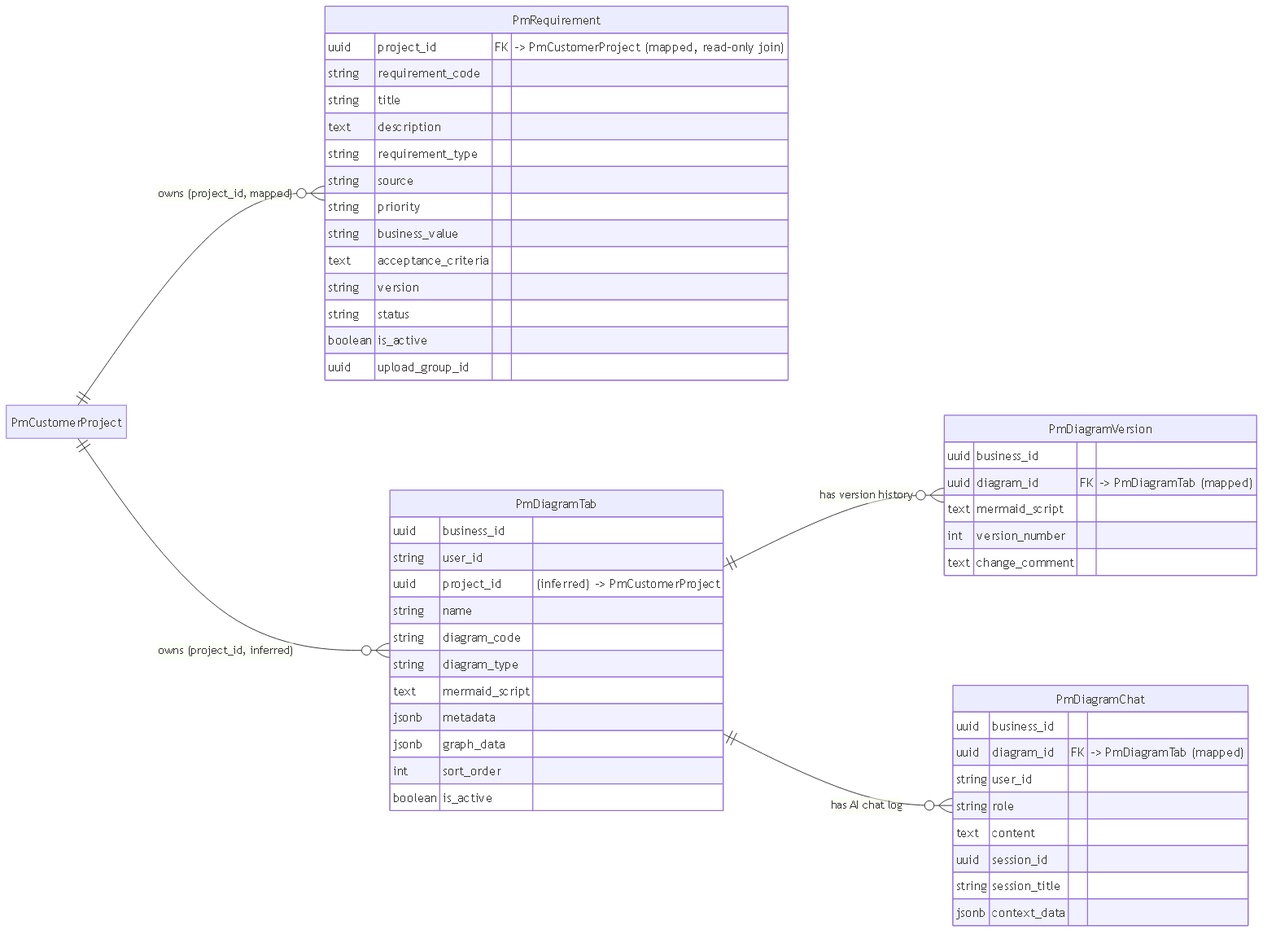
Before: docs/erd/erd-04a1-requirement-diagram.png, a diagram exported from Mermaid (softinter-chiangrai/sic-project). Its source is kept beside it as docs/erd/erd-04a1-requirement-diagram.mmd.
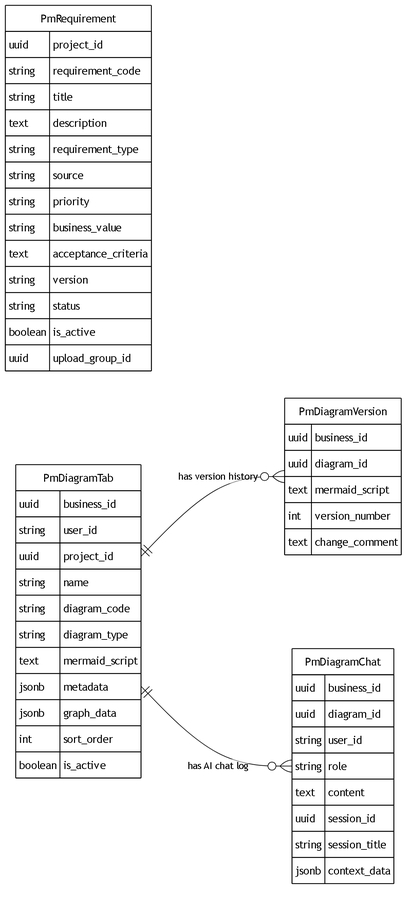
After the change.

What changed in the source:
```diff
@@ -2,10 +2,9 @@
 erDiagram
     direction LR
 
-%%{init: {"er": {"diagramPadding": 6, "entityPadding": 8, "minEntityWidth": 70, "minEntityHeight": 30, "fontSize": 16}}}%%
-
+%%{init: {"theme": "base", "themeVariables": {"primaryColor": "#ffffff", "primaryBorderColor": "#000000", "primaryTextColor": "#000000", "lineColor": "#000000", "secondaryColor": "#ffffff", "tertiaryColor": "#ffffff"}, "er": {"diagramPadding": 8, "entityPadding": 12, "minEntityWidth": 90, "minEntityHeight": 40, "fontSize": 22}}}%%
     PmRequirement {
-        uuid project_id FK "-> PmCustomerProject (mapped, read-only join)"
+        uuid project_id
         string requirement_code
         string title
         text description
@@ -23,7 +22,7 @@
     PmDiagramTab {
         uuid business_id
         string user_id
-        uuid project_id "(inferred) -> PmCustomerProject"
+        uuid project_id
         string name
         string diagram_code
         string diagram_type
@@ -36,7 +35,7 @@
 
     PmDiagramVersion {
         uuid business_id
-        uuid diagram_id FK "-> PmDiagramTab (mapped)"
+        uuid diagram_id
         text mermaid_script
         int version_number
         text change_comment
@@ -44,7 +43,7 @@
 
     PmDiagramChat {
         uuid business_id
-        uuid diagram_id FK "-> PmDiagramTab (mapped)"
+        uuid diagram_id
         string user_id
         string role
         text content
@@ -53,11 +52,5 @@
         jsonb context_data
     }
 
-    PmCustomerProject {
-    }
-
-    PmCustomerProject ||--o{ PmRequirement : "owns (project_id, mapped)"
-    PmCustomerProject ||--o{ PmDiagramTab : "owns (project_id, inferred)"
-
     PmDiagramTab ||--o{ PmDiagramVersion : "has version history"
     PmDiagramTab ||--o{ PmDiagramChat : "has AI chat log"
```
